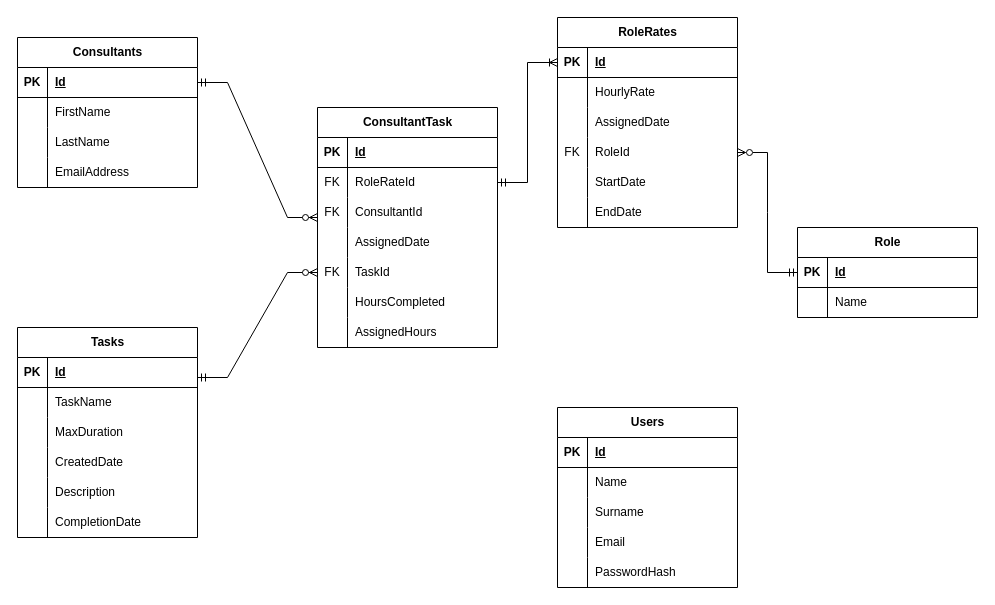
ovayomatiwane/employee-management-system keeps this draw.io diagram as src/employee-management/Documentation/Relational Schema.drawio. Above is the earlier version. Source tidied: cells renumbered, new cells numbered last; positions are measured from the earlier drawing's top-left corner, leaving out a move shared by most shapes. Both pictures are drawn from the tidied source at 100%, with x=0, y=0 at pixel (17, 17).
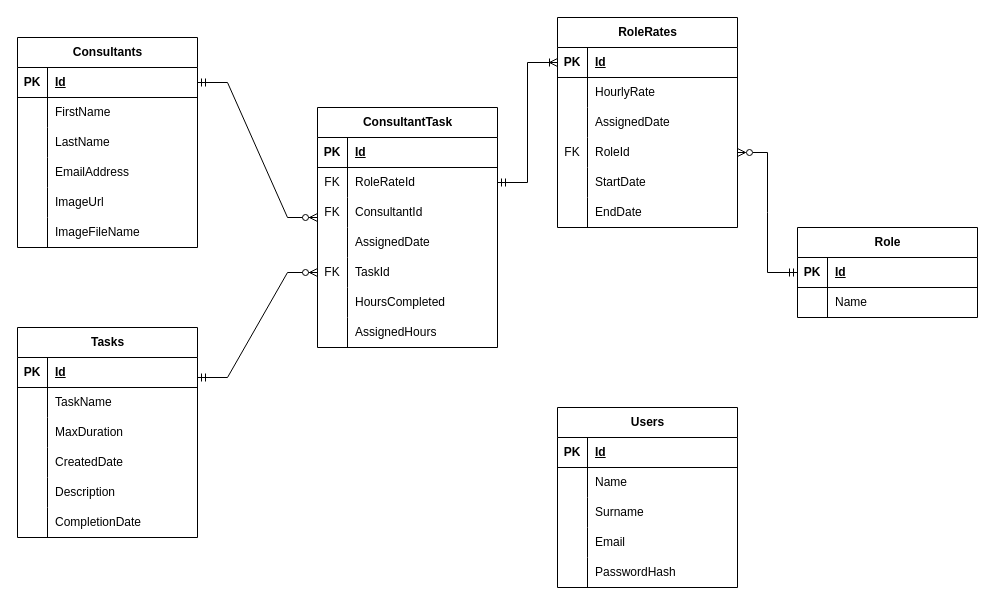
After the change.

Commit message:
Update relationsal schema

The edit, as a diff of the source:
```diff
@@
     <mxCell id="2" value="Consultants" style="shape=table;startSize=30;childLayout=tableLayout;rowLines=0;fontStyle=1;align=center;html=1;" parent="1" vertex="1">
-      <mxGeometry y="20" width="180" height="150" as="geometry" />
+      <mxGeometry y="20" width="180" height="210" as="geometry" />
     </mxCell>
@@
+    <mxCell id="102" style="shape=tableRow;horizontal=0;startSize=0;swimlaneHead=0;swimlaneBody=0;fillColor=none;top=0;left=0;right=0;bottom=0;" parent="2" vertex="1">
+      <mxGeometry y="150" width="180" height="30" as="geometry" />
+    </mxCell>
+    <mxCell id="103" style="shape=partialRectangle;fillColor=none;top=0;left=0;bottom=0;right=0;overflow=hidden;whiteSpace=wrap;html=1;" parent="102" vertex="1">
+      <mxGeometry width="30" height="30" as="geometry" />
+    </mxCell>
+    <mxCell id="104" value="ImageUrl" style="shape=partialRectangle;fillColor=none;top=0;left=0;bottom=0;right=0;align=left;spacingLeft=6;overflow=hidden;whiteSpace=wrap;html=1;" parent="102" vertex="1">
+      <mxGeometry x="30" width="150" height="30" as="geometry" />
+    </mxCell>
+    <mxCell id="105" style="shape=tableRow;horizontal=0;startSize=0;swimlaneHead=0;swimlaneBody=0;fillColor=none;top=0;left=0;right=0;bottom=0;" parent="2" vertex="1">
+      <mxGeometry y="180" width="180" height="30" as="geometry" />
+    </mxCell>
+    <mxCell id="106" style="shape=partialRectangle;fillColor=none;top=0;left=0;bottom=0;right=0;overflow=hidden;whiteSpace=wrap;html=1;" parent="105" vertex="1">
+      <mxGeometry width="30" height="30" as="geometry" />
+    </mxCell>
+    <mxCell id="107" value="ImageFileName" style="shape=partialRectangle;fillColor=none;top=0;left=0;bottom=0;right=0;align=left;spacingLeft=6;overflow=hidden;whiteSpace=wrap;html=1;" parent="105" vertex="1">
+      <mxGeometry x="30" width="150" height="30" as="geometry" />
+    </mxCell>
```
